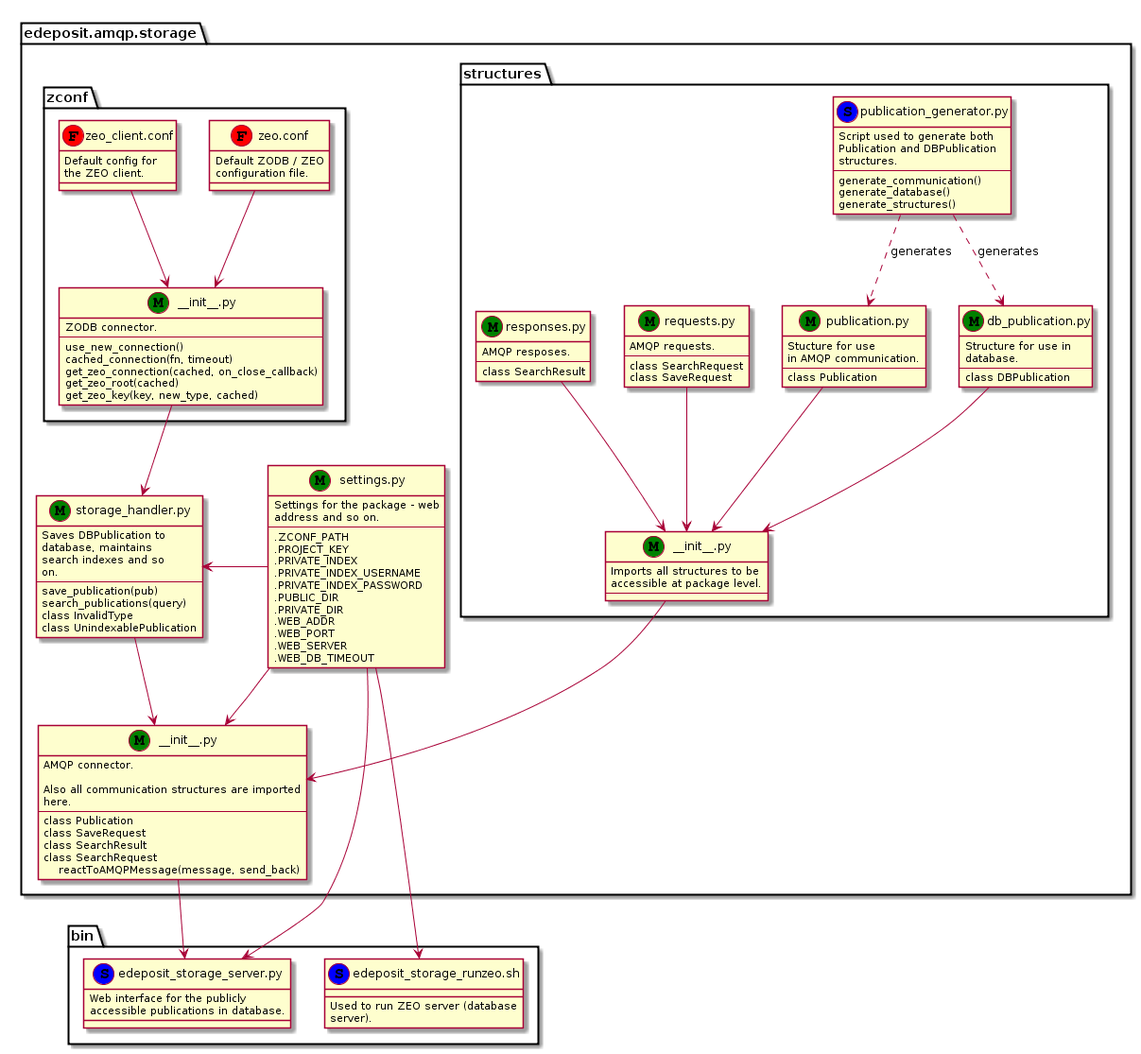
Above: docs/_static/relations.png in edeposit/edeposit.amqp.storage (PlantUML), before the change. The source it was exported from:
```plantuml
@startuml
package edeposit.amqp.storage {
    package structures {
        class struct_init as "_?_init__.py" <<M, Green>> {
            Imports all structures to be
            accessible at package level.
            ---
        }
        class publication as "publication.py" <<M, Green>> {
            Stucture for use
            in AMQP communication.
            ---
            class Publication
        }
        class db_publication as "db_publication.py" <<M, Green>> {
            Structure for use in
            database.
            ---
            class DBPublication
        }
        class requests as "requests.py" <<M, Green>> {
            AMQP requests.
            ---
            class SearchRequest
            class SaveRequest
        }
        class responses as "responses.py" <<M, Green>> {
            AMQP resposes.
            ---
            class SearchResult
        }
        class publication_generator as "publication_generator.py" <<S, Blue>> {
            Script used to generate both
            Publication and DBPublication
            structures.
            ---
            generate_communication()
            generate_database()
            generate_structures()
        }
    }
    publication -d-> struct_init
    db_publication -d-> struct_init
    requests -d-> struct_init
    responses -d-> struct_init

    publication_generator .d.> publication: generates
    publication_generator .d.> db_publication: generates


    package zconf {
        class zinit as "_?_init__.py" <<M, Green>> {
            ZODB connector.
            ---
            use_new_connection()
            cached_connection(fn, timeout)
            get_zeo_connection(cached, on_close_callback)
            get_zeo_root(cached)
            get_zeo_key(key, new_type, cached)
        }
        class zeo as "zeo.conf" <<F, Red>> {
            Default ZODB / ZEO
            configuration file.
        }
        class zeo_client as "zeo_client.conf" <<F, Red>> {
            Default config for
            the ZEO client.
        }
    }
    zeo -d-> zinit
    zeo_client -d-> zinit


    class init as "_?_init__.py" <<M, Green>> {
        AMQP connector.

        Also all communication structures are imported
        here.
        ---
        class Publication
        class SaveRequest
        class SearchResult
        class SearchRequest
            reactToAMQPMessage(message, send_back)
    }
    class storage_handler as "storage_handler.py" <<M, Green>> {
        Saves DBPublication to
        database, maintains
        search indexes and so
        on.
        ---
        save_publication(pub)
        search_publications(query)
        class InvalidType
        class UnindexablePublication
    }
    class settings as "settings.py" <<M, Green>> {
        Settings for the package - web
        address and so on.
        ---
        .ZCONF_PATH
        .PROJECT_KEY
        .PRIVATE_INDEX
        .PRIVATE_INDEX_USERNAME
        .PRIVATE_INDEX_PASSWORD
        .PUBLIC_DIR
        .PRIVATE_DIR
        .WEB_ADDR
        .WEB_PORT
        .WEB_SERVER
        .WEB_DB_TIMEOUT
    }
    struct_init -d-> init
    zinit -d-> storage_handler

    settings -r-> storage_handler
    settings -d-> init
    storage_handler -d-> init
}

package bin {
    class runzeo as "edeposit_storage_runzeo.sh" <<S, Blue>> {
        Used to run ZEO server (database
        server).
    }
    class server as "edeposit_storage_server.py" <<S, Blue>> {
        Web interface for the publicly
        accessible publications in database.
    }
}
init -d-> server
settings -d-> server
settings -d-> runzeo
@enduml
```
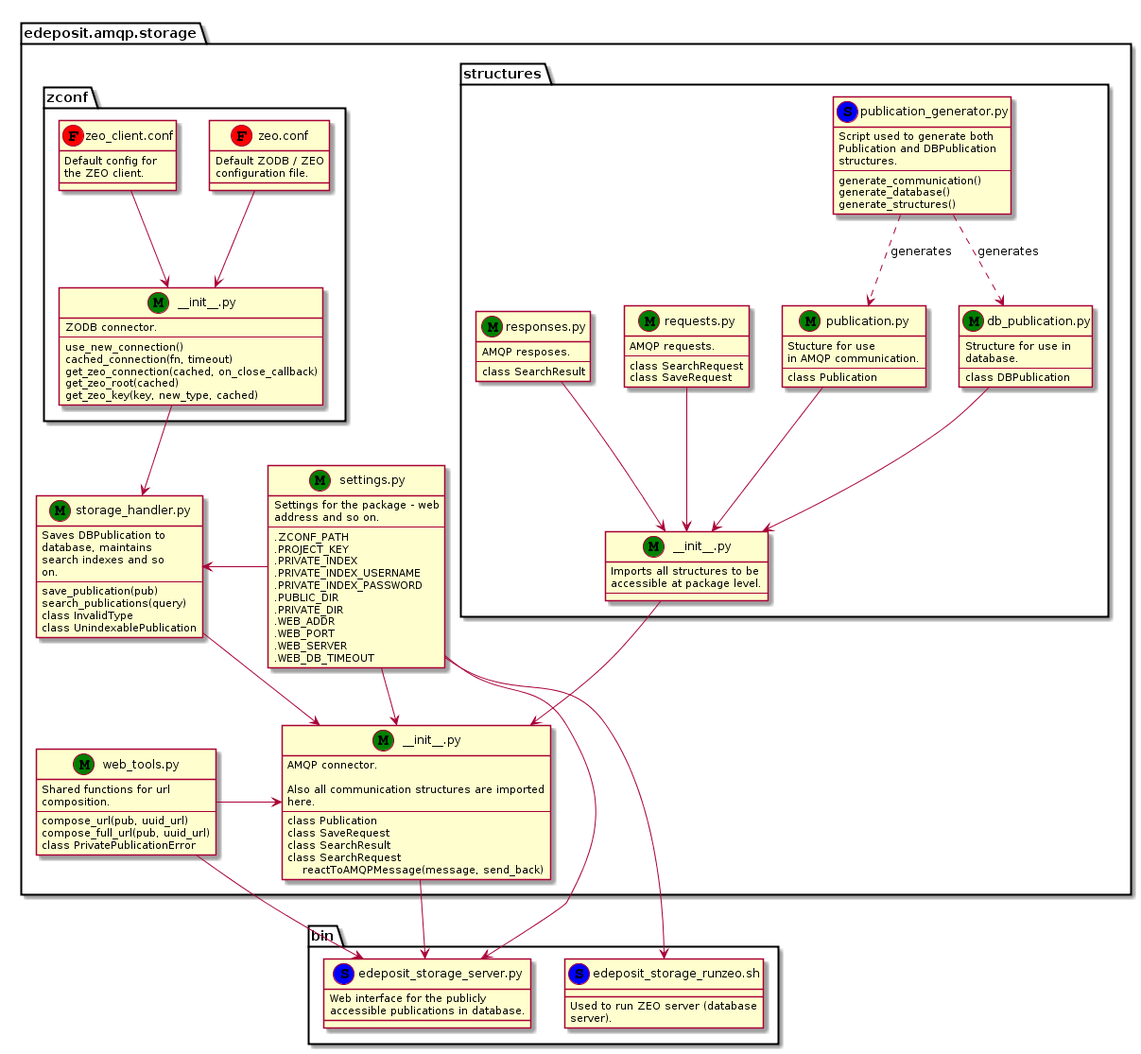
The same diagram one commit later.

What changed in the source:
```diff
@@ -94,6 +94,14 @@
         class InvalidType
         class UnindexablePublication
     }
+    class web_tools as "web_tools.py" <<M, Green>> {
+        Shared functions for url
+        composition.
+        ---
+        compose_url(pub, uuid_url)
+        compose_full_url(pub, uuid_url)
+        class PrivatePublicationError
+    }
     class settings as "settings.py" <<M, Green>> {
         Settings for the package - web
         address and so on.
@@ -113,7 +121,7 @@
     struct_init -d-> init
     zinit -d-> storage_handler
 
-    settings -r-> storage_handler
+    settings -r> storage_handler
     settings -d-> init
     storage_handler -d-> init
 }
@@ -129,6 +137,8 @@
     }
 }
 init -d-> server
+web_tools -r> init
+web_tools --> server
 settings -d-> server
 settings -d-> runzeo
 @enduml
```
